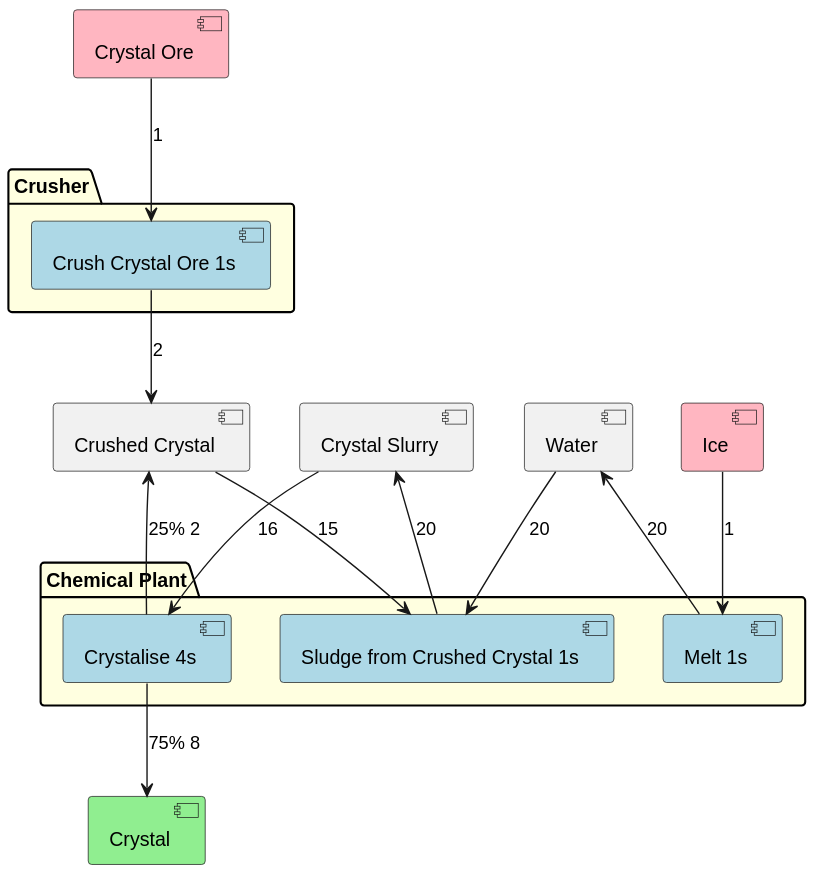
This is Documentation/CrystalFlow.svg from Thomas-De-Praetere/CrystalMod, a PlantUML export, as it was before one commit.
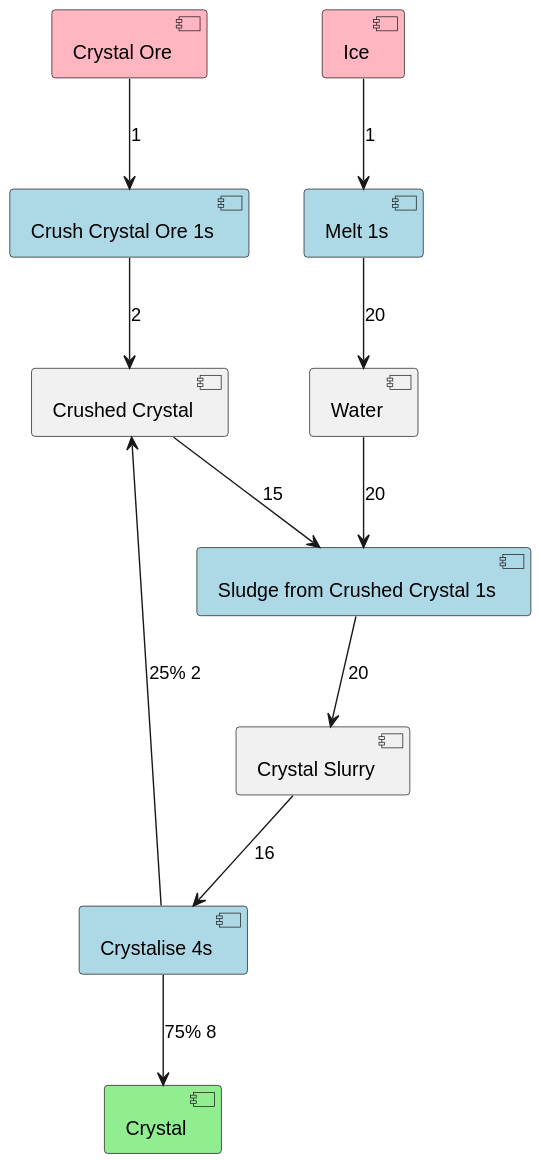
Later version of the same file.

Diff of the diagram source:
```diff
@@ -11,15 +11,13 @@
 
 [Crystal] as C #lightgreen
 
-package "Chemical Plant" #lightyellow {
 [Melt 1s] as Me #lightblue
 [Sludge from Crushed Crystal 1s] as SCS #lightblue
 [Crystalise 4s] as CCF #lightblue
-}
 
-package "Crusher" #lightyellow {
+
 [Crush Crystal Ore 1s] as Cr #lightblue
-}
+
 
 
 
```
